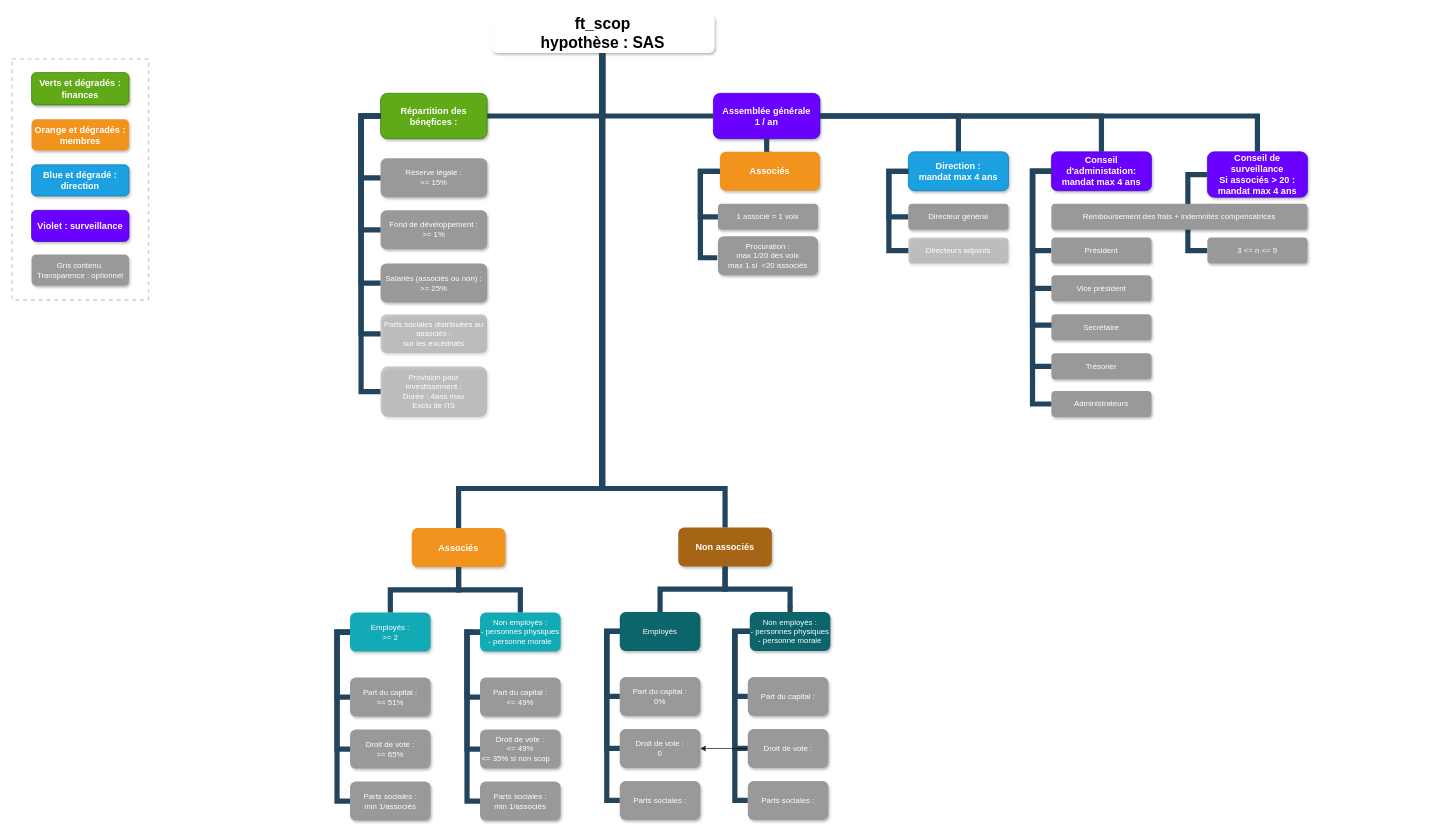
The draw.io diagram ft_scop.drawio in heblah/ft_scop, before the edit. Source tidied: cells renumbered, new cells numbered last; positions are measured from the earlier drawing's top-left corner, leaving out a move shared by most shapes. Both pictures are drawn from the tidied source at 65%, with x=0, y=0 at pixel (12, 14).
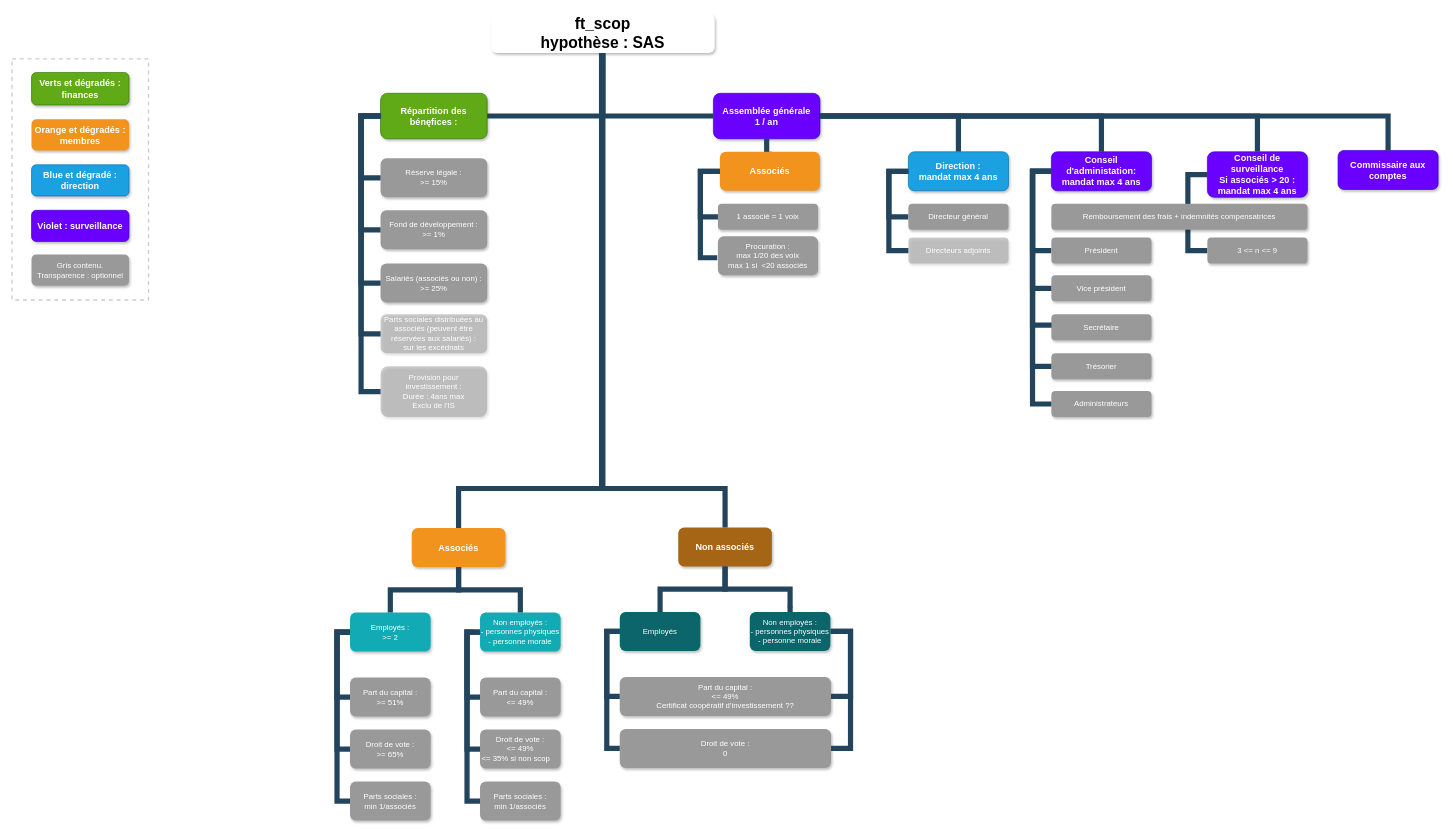
The same diagram, later.

The change refers to these unchanged cells:
```xml
<mxCell id="14" value="Employés" style="whiteSpace=wrap;rounded=1;fillColor=#0B656B;strokeColor=none;shadow=1;fontColor=#FFFFFF;" parent="1" vertex="1">
  <mxGeometry x="935" y="920" width="124" height="60" as="geometry" />
</mxCell>
<mxCell id="15" value="Non employés :&#10;- personnes physiques&#10;- personne morale" style="whiteSpace=wrap;rounded=1;fillColor=#0B656B;strokeColor=none;shadow=1;fontColor=#FFFFFF;" parent="1" vertex="1">
  <mxGeometry x="1135" y="920" width="124" height="60" as="geometry" />
</mxCell>
<mxCell id="41" value="Assemblée générale&#10;1 / an" style="whiteSpace=wrap;rounded=1;fillColor=#6a00ff;strokeColor=#3700CC;shadow=1;fontColor=#ffffff;fontStyle=1;fontSize=14;" parent="1" vertex="1">
  <mxGeometry x="1079" y="122" width="164" height="70" as="geometry" />
</mxCell>
```

Diff of the diagram source:
```diff
@@
-    <mxCell id="16" value="Part du capital :&#10;0%" style="whiteSpace=wrap;rounded=1;fillColor=#999999;strokeColor=none;shadow=1;fontColor=#FFFFFF;fontStyle=0;" parent="1" vertex="1">
-      <mxGeometry x="935" y="1020" width="124" height="60" as="geometry" />
+    <mxCell id="16" value="Part du capital :&#10;&lt;= 49%&#10;Certificat coopératif d'investissement ??" style="whiteSpace=wrap;rounded=1;fillColor=#999999;strokeColor=none;shadow=1;fontColor=#FFFFFF;fontStyle=0;" parent="1" vertex="1">
+      <mxGeometry x="935" y="1020" width="325" height="60" as="geometry" />
     </mxCell>
     <mxCell id="17" value="Droit de vote :&#10;0" style="whiteSpace=wrap;rounded=1;fillColor=#999999;strokeColor=none;shadow=1;fontColor=#FFFFFF;fontStyle=0;" parent="1" vertex="1">
-      <mxGeometry x="935" y="1100" width="124" height="60" as="geometry" />
+      <mxGeometry x="935" y="1100" width="325" height="60" as="geometry" />
     </mxCell>
-    <mxCell id="18" value="Parts sociales :" style="whiteSpace=wrap;rounded=1;fillColor=#999999;strokeColor=none;shadow=1;fontColor=#FFFFFF;fontStyle=0;" parent="1" vertex="1">
-      <mxGeometry x="935" y="1180" width="124" height="60" as="geometry" />
-    </mxCell>
@@
-    <mxCell id="31" style="edgeStyle=elbowEdgeStyle;elbow=horizontal;rounded=0;fontColor=#000000;endArrow=none;endFill=0;strokeWidth=8;strokeColor=#23445D;" parent="1" edge="1" source="14" target="18">
-      <mxGeometry relative="1" as="geometry">
-        <Array as="points">
-          <mxPoint x="915" y="1090" />
-        </Array>
-      </mxGeometry>
-    </mxCell>
-    <mxCell id="32" style="edgeStyle=elbowEdgeStyle;elbow=horizontal;rounded=0;fontColor=#000000;endArrow=none;endFill=0;strokeWidth=8;strokeColor=#23445D;entryX=0;entryY=0.5;entryDx=0;entryDy=0;" parent="1" edge="1" source="15" target="37">
-      <mxGeometry relative="1" as="geometry">
-        <Array as="points">
-          <mxPoint x="1112" y="1000" />
-        </Array>
-      </mxGeometry>
-    </mxCell>
-    <mxCell id="33" style="edgeStyle=elbowEdgeStyle;elbow=horizontal;rounded=0;fontColor=#000000;endArrow=none;endFill=0;strokeWidth=8;strokeColor=#23445D;entryX=0;entryY=0.5;entryDx=0;entryDy=0;" parent="1" edge="1" source="15" target="39">
-      <mxGeometry relative="1" as="geometry">
-        <Array as="points">
-          <mxPoint x="1112" y="1040" />
-        </Array>
-      </mxGeometry>
-    </mxCell>
-    <mxCell id="34" style="edgeStyle=elbowEdgeStyle;elbow=horizontal;rounded=0;fontColor=#000000;endArrow=none;endFill=0;strokeWidth=8;strokeColor=#23445D;exitX=0;exitY=0.5;exitDx=0;exitDy=0;entryX=0;entryY=0.5;entryDx=0;entryDy=0;" parent="1" edge="1" source="15" target="40">
-      <mxGeometry relative="1" as="geometry">
-        <Array as="points">
-          <mxPoint x="1112" y="1080" />
-        </Array>
-      </mxGeometry>
-    </mxCell>
@@
-    <mxCell id="37" value="Part du capital :" style="whiteSpace=wrap;rounded=1;fillColor=#999999;strokeColor=none;shadow=1;fontColor=#FFFFFF;fontStyle=0;" parent="1" vertex="1">
-      <mxGeometry x="1132" y="1020" width="124" height="60" as="geometry" />
-    </mxCell>
-    <mxCell id="38" style="edgeStyle=orthogonalEdgeStyle;rounded=0;jettySize=auto;html=1;" parent="1" edge="1" source="39" target="17">
-      <mxGeometry relative="1" as="geometry" />
-    </mxCell>
-    <mxCell id="39" value="Droit de vote :" style="whiteSpace=wrap;rounded=1;fillColor=#999999;strokeColor=none;shadow=1;fontColor=#FFFFFF;fontStyle=0;" parent="1" vertex="1">
-      <mxGeometry x="1132" y="1100" width="124" height="60" as="geometry" />
-    </mxCell>
-    <mxCell id="40" value="Parts sociales :" style="whiteSpace=wrap;rounded=1;fillColor=#999999;strokeColor=none;shadow=1;fontColor=#FFFFFF;fontStyle=0;" parent="1" vertex="1">
-      <mxGeometry x="1132" y="1180" width="124" height="60" as="geometry" />
-    </mxCell>
@@
-    <mxCell id="72" value="Parts sociales distribuées au associés :&#10;sur les excédnats" style="whiteSpace=wrap;rounded=1;fillColor=#999999;strokeColor=none;shadow=1;fontColor=#FFFFFF;fontStyle=0;dashed=1;opacity=50;" parent="1" vertex="1">
+    <mxCell id="72" value="Parts sociales distribuées au associés (peuvent être réservées aux salariés) :&#10;sur les excédnats" style="whiteSpace=wrap;rounded=1;fillColor=#999999;strokeColor=none;shadow=1;fontColor=#FFFFFF;fontStyle=0;dashed=1;opacity=50;" parent="1" vertex="1">
       <mxGeometry x="567" y="462" width="164" height="60" as="geometry" />
     </mxCell>
@@
+    <mxCell id="90" value="Commissaire aux comptes" style="whiteSpace=wrap;rounded=1;fillColor=#6a00ff;strokeColor=#3700CC;shadow=1;fontColor=#ffffff;fontStyle=1;fontSize=14;" parent="1" vertex="1">
+      <mxGeometry x="2040" y="210" width="154" height="60" as="geometry" />
+    </mxCell>
+    <mxCell id="91" style="edgeStyle=elbowEdgeStyle;elbow=vertical;rounded=0;fontColor=#000000;endArrow=none;endFill=0;strokeWidth=8;strokeColor=#23445D;exitX=0.5;exitY=0;exitDx=0;exitDy=0;entryX=1;entryY=0.5;entryDx=0;entryDy=0;" parent="1" edge="1" source="90" target="41">
+      <mxGeometry relative="1" as="geometry">
+        <Array as="points">
+          <mxPoint x="1680" y="157" />
+          <mxPoint x="1800" y="160" />
+          <mxPoint x="1690" y="160" />
+          <mxPoint x="1970" y="160" />
+          <mxPoint x="1960" y="150" />
+          <mxPoint x="1930" y="160" />
+          <mxPoint x="1419" y="167" />
+          <mxPoint x="1369" y="167" />
+          <mxPoint x="1079" y="212" />
+        </Array>
+      </mxGeometry>
+    </mxCell>
+    <mxCell id="92" style="edgeStyle=elbowEdgeStyle;elbow=horizontal;rounded=0;fontColor=#000000;endArrow=none;endFill=0;strokeWidth=8;strokeColor=#23445D;entryX=1;entryY=0.5;entryDx=0;entryDy=0;" parent="1" edge="1" target="17">
+      <mxGeometry relative="1" as="geometry">
+        <mxPoint x="1260" y="950" as="sourcePoint" />
+        <Array as="points">
+          <mxPoint x="1290" y="1040" />
+        </Array>
+      </mxGeometry>
+    </mxCell>
+    <mxCell id="93" style="edgeStyle=elbowEdgeStyle;elbow=horizontal;rounded=0;fontColor=#000000;endArrow=none;endFill=0;strokeWidth=8;strokeColor=#23445D;entryX=1;entryY=0.5;entryDx=0;entryDy=0;exitX=1;exitY=0.5;exitDx=0;exitDy=0;" parent="1" edge="1" source="15" target="16">
+      <mxGeometry relative="1" as="geometry">
+        <Array as="points">
+          <mxPoint x="1290" y="1000" />
+        </Array>
+      </mxGeometry>
+    </mxCell>
```
